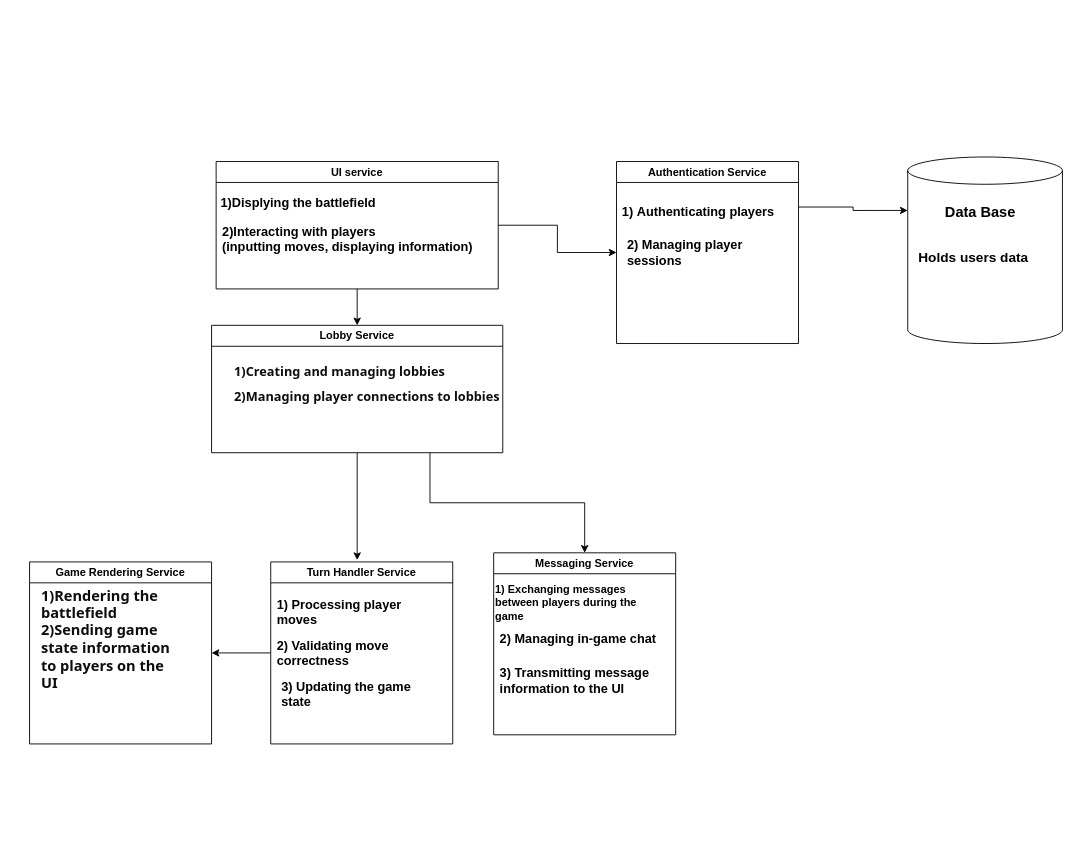
AplyQ8/WiseWorld keeps this draw.io diagram as Диаграмма без названия.drawio. Above is the earlier version. Source tidied: cells renumbered, new cells numbered last; positions are measured from the earlier drawing's top-left corner, leaving out a move shared by most shapes. Both pictures are drawn from the tidied source at 91%, with x=0, y=0 at pixel (20, 157).
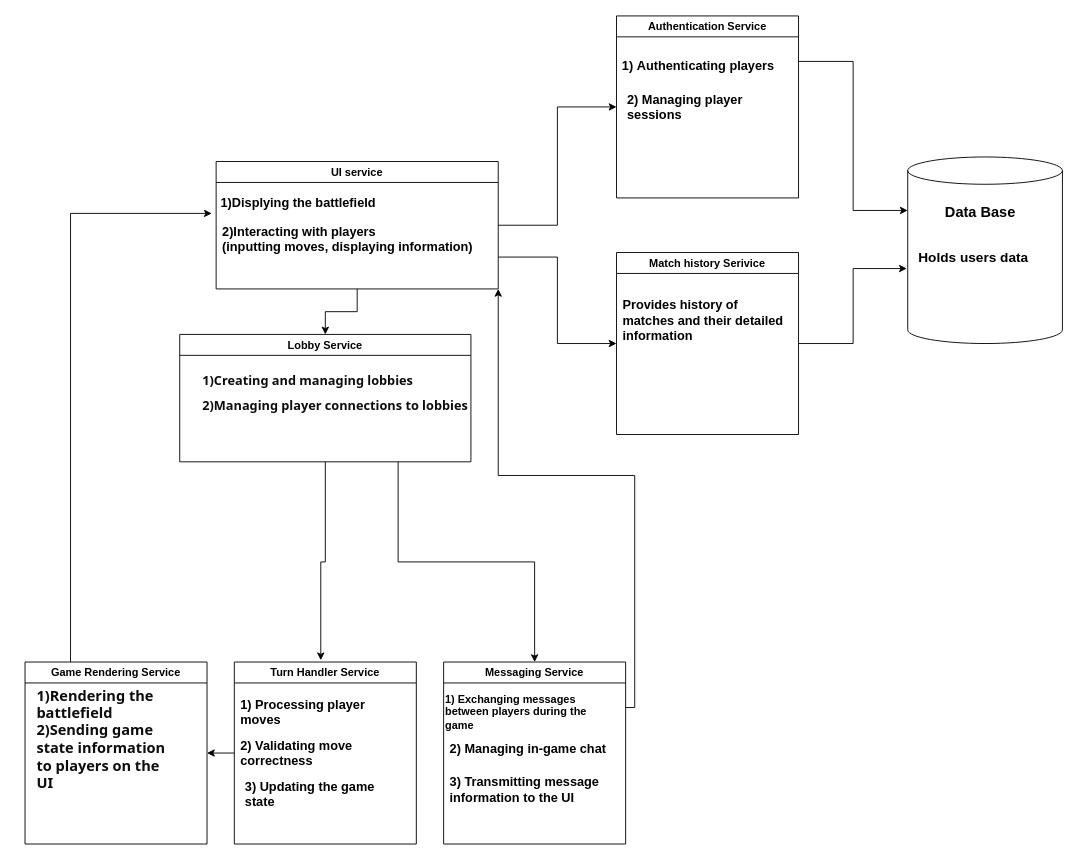
Above is the later version.

Commit message:
SOA scheme_update

The change refers to these unchanged cells:
```xml
<mxCell id="4" value="UI service" style="swimlane;whiteSpace=wrap;html=1;startSize=23;" parent="1" vertex="1">
  <mxGeometry x="215" y="5" width="310" height="140" as="geometry" />
</mxCell>
<mxCell id="5" value="&lt;b&gt;&lt;font style=&quot;font-size: 14px;&quot;&gt;1)Displying the battlefield&lt;/font&gt;&lt;/b&gt;" style="text;html=1;align=center;verticalAlign=middle;points=[];strokeColor=none;fillColor=none;" parent="4" vertex="1">
  <mxGeometry x="-5" y="30" width="190" height="30" as="geometry" />
</mxCell>
<mxCell id="25" style="shape=cylinder3;whiteSpace=wrap;html=1;boundedLbl=1;backgroundOutline=1;size=15;" parent="1" vertex="1">
  <mxGeometry x="975" width="170" height="205" as="geometry" />
</mxCell>
```

The edit, as a diff of the source:
```diff
@@
+    <mxCell id="29" style="edgeStyle=orthogonalEdgeStyle;rounded=0;jettySize=auto;html=1;exitX=1;exitY=0.75;exitDx=0;exitDy=0;entryX=0;entryY=0.5;entryDx=0;entryDy=0;" parent="1" edge="1" source="4" target="32">
+      <mxGeometry relative="1" as="geometry" />
+    </mxCell>
@@
     <mxCell id="8" value="Lobby Service" style="swimlane;whiteSpace=wrap;html=1;" parent="1" vertex="1">
-      <mxGeometry x="210" y="185" width="320" height="140" as="geometry" />
+      <mxGeometry x="175" y="195" width="320" height="140" as="geometry" />
     </mxCell>
@@
     <mxCell id="10" value="Game Rendering Service" style="swimlane;whiteSpace=wrap;html=1;" parent="1" vertex="1">
-      <mxGeometry x="10" y="445" width="200" height="200" as="geometry" />
+      <mxGeometry x="5" y="555" width="200" height="200" as="geometry" />
     </mxCell>
@@
     <mxCell id="13" value="Turn Handler Service" style="swimlane;whiteSpace=wrap;html=1;" parent="1" vertex="1">
-      <mxGeometry x="275" y="445" width="200" height="200" as="geometry" />
+      <mxGeometry x="235" y="555" width="200" height="200" as="geometry" />
     </mxCell>
@@
     <mxCell id="17" value="Authentication Service" style="swimlane;whiteSpace=wrap;html=1;" parent="1" vertex="1">
-      <mxGeometry x="655" y="5" width="200" height="200" as="geometry" />
+      <mxGeometry x="655" y="-155" width="200" height="200" as="geometry" />
     </mxCell>
@@
+    <mxCell id="30" style="edgeStyle=orthogonalEdgeStyle;rounded=0;jettySize=auto;html=1;exitX=1;exitY=0.25;exitDx=0;exitDy=0;entryX=1;entryY=1;entryDx=0;entryDy=0;" parent="1" edge="1" source="20" target="4">
+      <mxGeometry relative="1" as="geometry">
+        <Array as="points">
+          <mxPoint x="675" y="605" />
+          <mxPoint x="675" y="350" />
+          <mxPoint x="525" y="350" />
+        </Array>
+      </mxGeometry>
+    </mxCell>
     <mxCell id="20" value="Messaging Service" style="swimlane;whiteSpace=wrap;html=1;" parent="1" vertex="1">
-      <mxGeometry x="520" y="435" width="200" height="200" as="geometry" />
+      <mxGeometry x="465" y="555" width="200" height="200" as="geometry" />
     </mxCell>
@@
+    <mxCell id="31" style="edgeStyle=orthogonalEdgeStyle;rounded=0;jettySize=auto;html=1;exitX=0.25;exitY=0;exitDx=0;exitDy=0;entryX=0.001;entryY=0.9;entryDx=0;entryDy=0;entryPerimeter=0;" parent="1" edge="1" source="10" target="5">
+      <mxGeometry relative="1" as="geometry" />
+    </mxCell>
+    <mxCell id="32" value="Match history Serivice" style="swimlane;whiteSpace=wrap;html=1;" parent="1" vertex="1">
+      <mxGeometry x="655" y="105" width="200" height="200" as="geometry" />
+    </mxCell>
+    <mxCell id="33" value="&lt;b&gt;&lt;font style=&quot;font-size: 14px;&quot;&gt;Provides history of matches and their detailed information&lt;/font&gt;&lt;/b&gt;" style="text;html=1;align=left;verticalAlign=middle;whiteSpace=wrap;rounded=0;" parent="32" vertex="1">
+      <mxGeometry x="5" y="60" width="180" height="30" as="geometry" />
+    </mxCell>
+    <mxCell id="34" style="edgeStyle=orthogonalEdgeStyle;rounded=0;jettySize=auto;html=1;exitX=1;exitY=0.5;exitDx=0;exitDy=0;entryX=-0.006;entryY=0.598;entryDx=0;entryDy=0;entryPerimeter=0;" parent="1" edge="1" source="32" target="25">
+      <mxGeometry relative="1" as="geometry" />
+    </mxCell>
```
